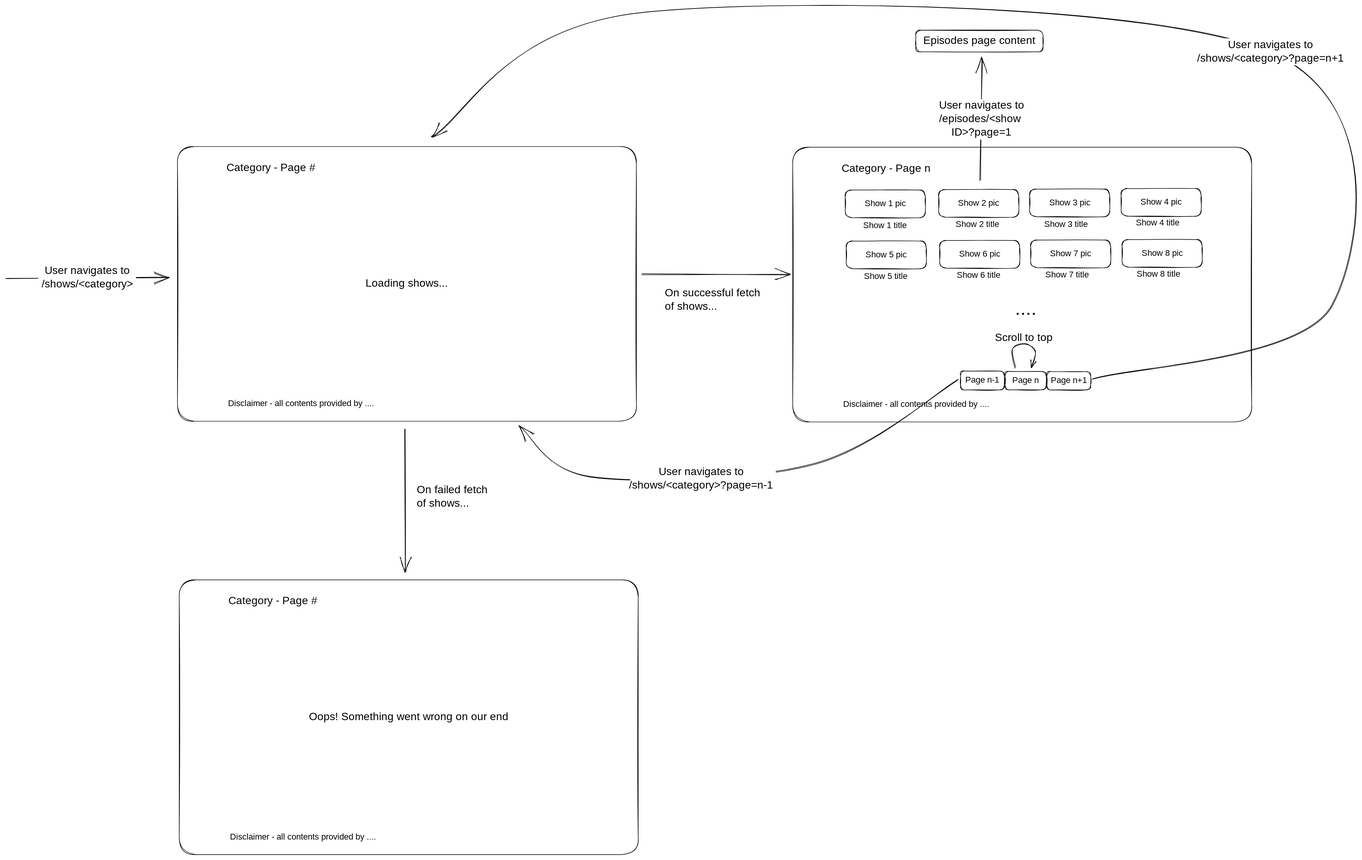
Earlier version of the Excalidraw export docs/designs/category-screen-mockup.excalidraw.svg (cangkevin/SEAshows-v2). Source tidied: one line per element, renumbered; positions are measured from the earlier drawing's top-left corner, leaving out a move shared by most shapes.
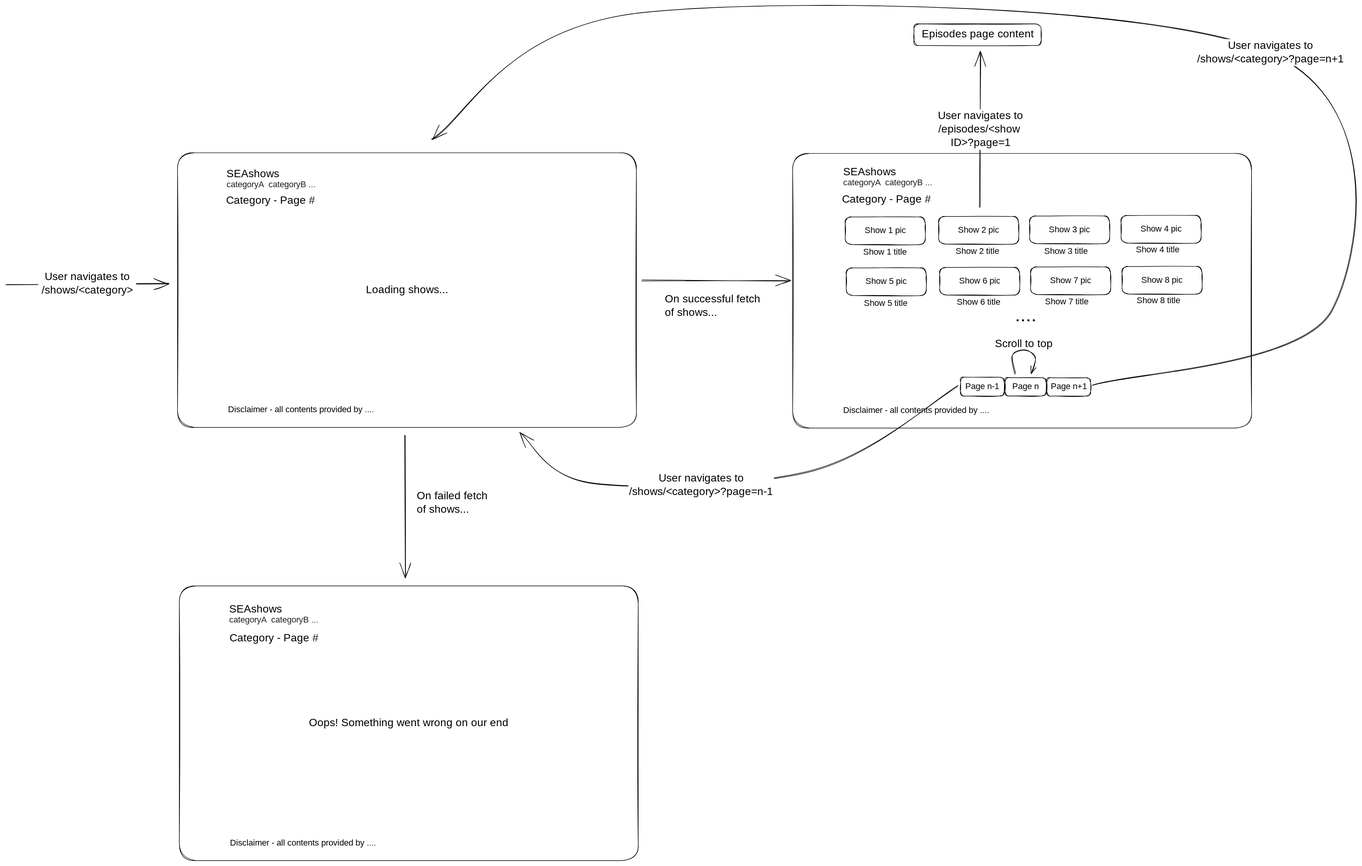
The same file after the commit.

Change to the diagram source:
```diff
@@ -1,5 +1,4 @@
 {"id": 0, "type": "rectangle", "strokeColor": "#000000", "strokeWidth": 1, "roughness": 1, "round": true, "x": 1459, "y": 249, "width": 851, "height": 509}
-{"id": 1, "type": "text", "text": "Category - Page n", "strokeColor": "#000000", "strokeWidth": 1, "roughness": 1, "fontSize": 20, "fontFamily": 1, "x": 1550, "y": 277, "width": 183, "height": 25}
 {"id": 2, "type": "text", "text": "Disclaimer - all contents provided by ....", "strokeColor": "#000000", "strokeWidth": 1, "roughness": 1, "fontSize": 16, "fontFamily": 1, "x": 1553, "y": 716, "width": 314, "height": 20}
 {"id": 3, "type": "rectangle", "strokeColor": "#000000", "strokeWidth": 1, "roughness": 1, "round": true, "x": 1931, "y": 665, "width": 81, "height": 34}
 {"id": 4, "type": "text", "text": "Page n+1", "strokeColor": "#000000", "strokeWidth": 1, "roughness": 1, "fontSize": 16, "fontFamily": 1, "textAlign": "center", "verticalAlign": "middle", "inside": 3, "x": 1937, "y": 672, "width": 68, "height": 20}
@@ -7,52 +6,59 @@
 {"id": 6, "type": "text", "text": "Page n-1", "strokeColor": "#000000", "strokeWidth": 1, "roughness": 1, "fontSize": 16, "fontFamily": 1, "textAlign": "center", "verticalAlign": "middle", "inside": 5, "x": 1779, "y": 672, "width": 64, "height": 20}
 {"id": 7, "type": "rectangle", "strokeColor": "#000000", "strokeWidth": 1, "roughness": 1, "round": true, "x": 1853, "y": 665, "width": 76, "height": 34}
 {"id": 8, "type": "text", "text": "Page n", "strokeColor": "#000000", "strokeWidth": 1, "roughness": 1, "fontSize": 16, "fontFamily": 1, "textAlign": "center", "verticalAlign": "middle", "inside": 7, "x": 1865, "y": 672, "width": 53, "height": 20}
-{"id": 9, "type": "rectangle", "strokeColor": "#000000", "strokeWidth": 1, "roughness": 1, "round": true, "x": 1557, "y": 329, "width": 149, "height": 51}
+{"id": 9, "type": "rectangle", "strokeColor": "#000000", "strokeWidth": 1, "roughness": 1, "round": true, "x": 1557, "y": 367, "width": 149, "height": 51}
-{"id": 10, "type": "text", "text": "Show 1 pic", "strokeColor": "#000000", "strokeWidth": 1, "roughness": 1, "fontSize": 16, "fontFamily": 1, "textAlign": "center", "verticalAlign": "middle", "inside": 9, "x": 1593, "y": 344, "width": 76, "height": 20}
+{"id": 10, "type": "text", "text": "Show 1 pic", "strokeColor": "#000000", "strokeWidth": 1, "roughness": 1, "fontSize": 16, "fontFamily": 1, "textAlign": "center", "verticalAlign": "middle", "inside": 9, "x": 1593, "y": 383, "width": 76, "height": 20}
-{"id": 11, "type": "rectangle", "strokeColor": "#000000", "strokeWidth": 1, "roughness": 1, "round": true, "x": 1730, "y": 328, "width": 149, "height": 51}
+{"id": 11, "type": "rectangle", "strokeColor": "#000000", "strokeWidth": 1, "roughness": 1, "round": true, "x": 1730, "y": 366, "width": 149, "height": 51}
-{"id": 12, "type": "text", "text": "Show 2 pic", "strokeColor": "#000000", "strokeWidth": 1, "roughness": 1, "fontSize": 16, "fontFamily": 1, "textAlign": "center", "verticalAlign": "middle", "inside": 11, "x": 1763, "y": 343, "width": 83, "height": 20}
+{"id": 12, "type": "text", "text": "Show 2 pic", "strokeColor": "#000000", "strokeWidth": 1, "roughness": 1, "fontSize": 16, "fontFamily": 1, "textAlign": "center", "verticalAlign": "middle", "inside": 11, "x": 1763, "y": 382, "width": 83, "height": 20}
-{"id": 13, "type": "rectangle", "strokeColor": "#000000", "strokeWidth": 1, "roughness": 1, "round": true, "x": 1899, "y": 327, "width": 149, "height": 51}
+{"id": 13, "type": "rectangle", "strokeColor": "#000000", "strokeWidth": 1, "roughness": 1, "round": true, "x": 1899, "y": 365, "width": 149, "height": 51}
-{"id": 14, "type": "text", "text": "Show 3 pic", "strokeColor": "#000000", "strokeWidth": 1, "roughness": 1, "fontSize": 16, "fontFamily": 1, "textAlign": "center", "verticalAlign": "middle", "inside": 13, "x": 1932, "y": 343, "width": 83, "height": 20}
+{"id": 14, "type": "text", "text": "Show 3 pic", "strokeColor": "#000000", "strokeWidth": 1, "roughness": 1, "fontSize": 16, "fontFamily": 1, "textAlign": "center", "verticalAlign": "middle", "inside": 13, "x": 1932, "y": 381, "width": 83, "height": 20}
-{"id": 15, "type": "rectangle", "strokeColor": "#000000", "strokeWidth": 1, "roughness": 1, "round": true, "x": 2068, "y": 326, "width": 149, "height": 51}
+{"id": 15, "type": "rectangle", "strokeColor": "#000000", "strokeWidth": 1, "roughness": 1, "round": true, "x": 2068, "y": 364, "width": 149, "height": 51}
-{"id": 16, "type": "text", "text": "Show 4 pic", "strokeColor": "#000000", "strokeWidth": 1, "roughness": 1, "fontSize": 16, "fontFamily": 1, "textAlign": "center", "verticalAlign": "middle", "inside": 15, "x": 2102, "y": 342, "width": 82, "height": 20}
+{"id": 16, "type": "text", "text": "Show 4 pic", "strokeColor": "#000000", "strokeWidth": 1, "roughness": 1, "fontSize": 16, "fontFamily": 1, "textAlign": "center", "verticalAlign": "middle", "inside": 15, "x": 2102, "y": 380, "width": 82, "height": 20}
-{"id": 17, "type": "text", "text": "Show 1 title", "strokeColor": "#000000", "strokeWidth": 1, "roughness": 1, "fontSize": 16, "fontFamily": 1, "x": 1590, "y": 385, "width": 91, "height": 20}
+{"id": 17, "type": "text", "text": "Show 1 title", "strokeColor": "#000000", "strokeWidth": 1, "roughness": 1, "fontSize": 16, "fontFamily": 1, "x": 1590, "y": 423, "width": 91, "height": 20}
-{"id": 18, "type": "text", "text": "Show 2 title", "strokeColor": "#000000", "strokeWidth": 1, "roughness": 1, "fontSize": 16, "fontFamily": 1, "x": 1762, "y": 383, "width": 98, "height": 20}
+{"id": 18, "type": "text", "text": "Show 2 title", "strokeColor": "#000000", "strokeWidth": 1, "roughness": 1, "fontSize": 16, "fontFamily": 1, "x": 1762, "y": 421, "width": 98, "height": 20}
-{"id": 19, "type": "text", "text": "Show 3 title", "strokeColor": "#000000", "strokeWidth": 1, "roughness": 1, "fontSize": 16, "fontFamily": 1, "x": 1926, "y": 383, "width": 98, "height": 20}
+{"id": 19, "type": "text", "text": "Show 3 title", "strokeColor": "#000000", "strokeWidth": 1, "roughness": 1, "fontSize": 16, "fontFamily": 1, "x": 1926, "y": 421, "width": 98, "height": 20}
-{"id": 20, "type": "text", "text": "Show 4 title", "strokeColor": "#000000", "strokeWidth": 1, "roughness": 1, "fontSize": 16, "fontFamily": 1, "x": 2096, "y": 380, "width": 97, "height": 20}
+{"id": 20, "type": "text", "text": "Show 4 title", "strokeColor": "#000000", "strokeWidth": 1, "roughness": 1, "fontSize": 16, "fontFamily": 1, "x": 2096, "y": 418, "width": 97, "height": 20}
-{"id": 21, "type": "rectangle", "strokeColor": "#000000", "strokeWidth": 1, "roughness": 1, "round": true, "x": 1559, "y": 423, "width": 149, "height": 51}
+{"id": 21, "type": "rectangle", "strokeColor": "#000000", "strokeWidth": 1, "roughness": 1, "round": true, "x": 1559, "y": 462, "width": 149, "height": 51}
-{"id": 22, "type": "text", "text": "Show 5 pic", "strokeColor": "#000000", "strokeWidth": 1, "roughness": 1, "fontSize": 16, "fontFamily": 1, "textAlign": "center", "verticalAlign": "middle", "inside": 21, "x": 1592, "y": 439, "width": 82, "height": 20}
+{"id": 22, "type": "text", "text": "Show 5 pic", "strokeColor": "#000000", "strokeWidth": 1, "roughness": 1, "fontSize": 16, "fontFamily": 1, "textAlign": "center", "verticalAlign": "middle", "inside": 21, "x": 1592, "y": 477, "width": 82, "height": 20}
-{"id": 23, "type": "rectangle", "strokeColor": "#000000", "strokeWidth": 1, "roughness": 1, "round": true, "x": 1732, "y": 422, "width": 149, "height": 51}
+{"id": 23, "type": "rectangle", "strokeColor": "#000000", "strokeWidth": 1, "roughness": 1, "round": true, "x": 1732, "y": 461, "width": 149, "height": 51}
-{"id": 24, "type": "text", "text": "Show 6 pic", "strokeColor": "#000000", "strokeWidth": 1, "roughness": 1, "fontSize": 16, "fontFamily": 1, "textAlign": "center", "verticalAlign": "middle", "inside": 23, "x": 1765, "y": 438, "width": 82, "height": 20}
+{"id": 24, "type": "text", "text": "Show 6 pic", "strokeColor": "#000000", "strokeWidth": 1, "roughness": 1, "fontSize": 16, "fontFamily": 1, "textAlign": "center", "verticalAlign": "middle", "inside": 23, "x": 1765, "y": 476, "width": 82, "height": 20}
-{"id": 25, "type": "rectangle", "strokeColor": "#000000", "strokeWidth": 1, "roughness": 1, "round": true, "x": 1901, "y": 421, "width": 149, "height": 51}
+{"id": 25, "type": "rectangle", "strokeColor": "#000000", "strokeWidth": 1, "roughness": 1, "round": true, "x": 1901, "y": 460, "width": 149, "height": 51}
-{"id": 26, "type": "text", "text": "Show 7 pic", "strokeColor": "#000000", "strokeWidth": 1, "roughness": 1, "fontSize": 16, "fontFamily": 1, "textAlign": "center", "verticalAlign": "middle", "inside": 25, "x": 1935, "y": 437, "width": 80, "height": 20}
+{"id": 26, "type": "text", "text": "Show 7 pic", "strokeColor": "#000000", "strokeWidth": 1, "roughness": 1, "fontSize": 16, "fontFamily": 1, "textAlign": "center", "verticalAlign": "middle", "inside": 25, "x": 1935, "y": 475, "width": 80, "height": 20}
-{"id": 27, "type": "rectangle", "strokeColor": "#000000", "strokeWidth": 1, "roughness": 1, "round": true, "x": 2070, "y": 420, "width": 149, "height": 51}
+{"id": 27, "type": "rectangle", "strokeColor": "#000000", "strokeWidth": 1, "roughness": 1, "round": true, "x": 2070, "y": 459, "width": 149, "height": 51}
-{"id": 28, "type": "text", "text": "Show 8 pic", "strokeColor": "#000000", "strokeWidth": 1, "roughness": 1, "fontSize": 16, "fontFamily": 1, "textAlign": "center", "verticalAlign": "middle", "inside": 27, "x": 2103, "y": 436, "width": 84, "height": 20}
+{"id": 28, "type": "text", "text": "Show 8 pic", "strokeColor": "#000000", "strokeWidth": 1, "roughness": 1, "fontSize": 16, "fontFamily": 1, "textAlign": "center", "verticalAlign": "middle", "inside": 27, "x": 2103, "y": 474, "width": 84, "height": 20}
-{"id": 29, "type": "text", "text": "Show 5 title", "strokeColor": "#000000", "strokeWidth": 1, "roughness": 1, "fontSize": 16, "fontFamily": 1, "x": 1592, "y": 479, "width": 97, "height": 20}
+{"id": 29, "type": "text", "text": "Show 5 title", "strokeColor": "#000000", "strokeWidth": 1, "roughness": 1, "fontSize": 16, "fontFamily": 1, "x": 1592, "y": 517, "width": 97, "height": 20}
-{"id": 30, "type": "text", "text": "Show 6 title", "strokeColor": "#000000", "strokeWidth": 1, "roughness": 1, "fontSize": 16, "fontFamily": 1, "x": 1763, "y": 477, "width": 97, "height": 20}
+{"id": 30, "type": "text", "text": "Show 6 title", "strokeColor": "#000000", "strokeWidth": 1, "roughness": 1, "fontSize": 16, "fontFamily": 1, "x": 1763, "y": 516, "width": 97, "height": 20}
-{"id": 31, "type": "text", "text": "Show 7 title", "strokeColor": "#000000", "strokeWidth": 1, "roughness": 1, "fontSize": 16, "fontFamily": 1, "x": 1928, "y": 477, "width": 95, "height": 20}
+{"id": 31, "type": "text", "text": "Show 7 title", "strokeColor": "#000000", "strokeWidth": 1, "roughness": 1, "fontSize": 16, "fontFamily": 1, "x": 1928, "y": 515, "width": 95, "height": 20}
-{"id": 32, "type": "text", "text": "Show 8 title", "strokeColor": "#000000", "strokeWidth": 1, "roughness": 1, "fontSize": 16, "fontFamily": 1, "x": 2098, "y": 475, "width": 99, "height": 20}
+{"id": 32, "type": "text", "text": "Show 8 title", "strokeColor": "#000000", "strokeWidth": 1, "roughness": 1, "fontSize": 16, "fontFamily": 1, "x": 2098, "y": 513, "width": 99, "height": 20}
 {"id": 33, "type": "text", "text": "....", "strokeColor": "#000000", "strokeWidth": 1, "roughness": 1, "fontSize": 36, "fontFamily": 1, "x": 1871, "y": 527, "width": 39, "height": 45}
 {"id": 34, "type": "rectangle", "strokeColor": "#000000", "strokeWidth": 1, "roughness": 1, "round": true, "x": 318, "y": 248, "width": 851, "height": 509}
 {"id": 35, "type": "text", "text": "Loading shows...", "strokeColor": "#000000", "strokeWidth": 1, "roughness": 1, "fontSize": 20, "fontFamily": 1, "textAlign": "center", "verticalAlign": "middle", "inside": 34, "x": 668, "y": 490, "width": 153, "height": 25}
-{"id": 36, "type": "text", "text": "Category - Page #", "strokeColor": "#000000", "strokeWidth": 1, "roughness": 1, "fontSize": 20, "fontFamily": 1, "x": 409, "y": 276, "width": 189, "height": 25}
 {"id": 37, "type": "text", "text": "Disclaimer - all contents provided by ....", "strokeColor": "#000000", "strokeWidth": 1, "roughness": 1, "fontSize": 16, "fontFamily": 1, "x": 412, "y": 715, "width": 314, "height": 20}
 {"id": 38, "type": "arrow", "strokeColor": "#000000", "strokeWidth": 1, "roughness": 1, "endArrowhead": "arrow", "round": true, "from": 34, "to": 0, "x": 1179, "y": 485, "width": 275, "height": 1, "points": [[0, 0], [275, 1]]}
 {"id": 39, "type": "text", "text": "On successful fetch\nof shows...", "strokeColor": "#000000", "strokeWidth": 1, "roughness": 1, "fontSize": 20, "fontFamily": 1, "x": 1222, "y": 508, "width": 197, "height": 50}
 {"id": 40, "type": "rectangle", "strokeColor": "#000000", "strokeWidth": 1, "roughness": 1, "round": true, "x": 322, "y": 1051, "width": 851, "height": 509}
 {"id": 41, "type": "text", "text": "Oops! Something went wrong on our end", "strokeColor": "#000000", "strokeWidth": 1, "roughness": 1, "fontSize": 20, "fontFamily": 1, "textAlign": "center", "verticalAlign": "middle", "inside": 40, "x": 556, "y": 1294, "width": 382, "height": 25}
-{"id": 42, "type": "text", "text": "Category - Page #", "strokeColor": "#000000", "strokeWidth": 1, "roughness": 1, "fontSize": 20, "fontFamily": 1, "x": 413, "y": 1079, "width": 189, "height": 25}
 {"id": 43, "type": "text", "text": "Disclaimer - all contents provided by ....", "strokeColor": "#000000", "strokeWidth": 1, "roughness": 1, "fontSize": 16, "fontFamily": 1, "x": 416, "y": 1518, "width": 314, "height": 20}
 {"id": 44, "type": "arrow", "strokeColor": "#000000", "strokeWidth": 1, "roughness": 1, "endArrowhead": "arrow", "round": true, "from": 34, "to": 40, "x": 741, "y": 771, "width": 0, "height": 265, "points": [[0, 0], [0, 265]]}
 {"id": 45, "type": "text", "text": "On failed fetch\nof shows...", "strokeColor": "#000000", "strokeWidth": 1, "roughness": 1, "fontSize": 20, "fontFamily": 1, "x": 762, "y": 873, "width": 151, "height": 50}
 {"id": 46, "type": "arrow", "strokeColor": "#000000", "strokeWidth": 1, "roughness": 1, "endArrowhead": "arrow", "round": true, "to": 34, "x": 0, "y": 492, "width": 302, "height": 2, "points": [[0, 0], [302, -2]]}
 {"id": 47, "type": "text", "text": "User navigates to\n/shows/<category>", "strokeColor": "#000000", "strokeWidth": 1, "roughness": 1, "fontSize": 20, "fontFamily": 1, "textAlign": "center", "verticalAlign": "middle", "inside": 46, "x": 60, "y": 466, "width": 181, "height": 50}
-{"id": 48, "type": "arrow", "strokeColor": "#000000", "strokeWidth": 1, "roughness": 1, "endArrowhead": "arrow", "round": true, "from": 3, "to": 34, "x": 2015, "y": 680, "width": 1670, "height": 680, "points": [[0, 0], [445, -137], [330, -607], [-832, -680], [-1225, -450]]}
+{"id": 48, "type": "arrow", "strokeColor": "#000000", "strokeWidth": 1, "roughness": 1, "endArrowhead": "arrow", "round": true, "from": 3, "to": 34, "x": 2015, "y": 680, "width": 1670, "height": 691, "points": [[0, 0], [445, -140], [330, -618], [-832, -691], [-1225, -458]]}
 {"id": 49, "type": "text", "text": "User navigates to\n/shows/<category>?page=n+1", "strokeColor": "#000000", "strokeWidth": 1, "roughness": 1, "fontSize": 20, "fontFamily": 1, "textAlign": "center", "verticalAlign": "middle", "inside": 48, "x": 2208, "y": 48, "width": 274, "height": 50}
 {"id": 50, "type": "arrow", "strokeColor": "#000000", "strokeWidth": 1, "roughness": 1, "endArrowhead": "arrow", "round": true, "from": 5, "to": 34, "x": 1765, "y": 680, "width": 812, "height": 180, "points": [[0, 0], [-267, 158], [-677, 180], [-812, 88]]}
 {"id": 51, "type": "text", "text": "User navigates to\n/shows/<category>?page=n-1", "strokeColor": "#000000", "strokeWidth": 1, "roughness": 1, "fontSize": 20, "fontFamily": 1, "textAlign": "center", "verticalAlign": "middle", "inside": 50, "x": 1155, "y": 840, "width": 270, "height": 50}
 {"id": 52, "type": "arrow", "strokeColor": "#000000", "strokeWidth": 1, "roughness": 1, "endArrowhead": "arrow", "round": true, "from": 7, "to": 7, "x": 1873, "y": 658, "width": 42, "height": 45, "points": [[0, 0], [-6, -35], [18, -45], [36, -30], [30, -1]]}
 {"id": 53, "type": "text", "text": "Scroll to top", "strokeColor": "#000000", "strokeWidth": 1, "roughness": 1, "fontSize": 20, "fontFamily": 1, "x": 1834, "y": 591, "width": 127, "height": 25}
-{"id": 54, "type": "arrow", "strokeColor": "#000000", "strokeWidth": 1, "roughness": 1, "endArrowhead": "arrow", "round": true, "from": 11, "to": 56, "x": 1807, "y": 312, "width": 5, "height": 228, "points": [[0, 0], [5, -228]]}
+{"id": 54, "type": "arrow", "strokeColor": "#000000", "strokeWidth": 1, "roughness": 1, "endArrowhead": "arrow", "round": true, "from": 11, "to": 56, "x": 1807, "y": 350, "width": 3, "height": 290, "points": [[0, 0], [3, -290]]}
 {"id": 55, "type": "text", "text": "User navigates to\n/episodes/<show \nID>?page=1", "strokeColor": "#000000", "strokeWidth": 1, "roughness": 1, "fontSize": 20, "fontFamily": 1, "textAlign": "center", "verticalAlign": "middle", "inside": 54, "x": 1791, "y": 274, "width": 181, "height": 75}
-{"id": 56, "type": "rectangle", "strokeColor": "#000000", "strokeWidth": 1, "roughness": 1, "round": true, "x": 1688, "y": 32, "width": 236, "height": 40}
+{"id": 56, "type": "rectangle", "strokeColor": "#000000", "strokeWidth": 1, "roughness": 1, "round": true, "x": 1684, "y": 9, "width": 236, "height": 40}
-{"id": 57, "type": "text", "text": "Episodes page content", "strokeColor": "#000000", "strokeWidth": 1, "roughness": 1, "fontSize": 20, "fontFamily": 1, "textAlign": "center", "verticalAlign": "middle", "inside": 56, "x": 1696, "y": 40, "width": 220, "height": 25}
+{"id": 57, "type": "text", "text": "Episodes page content", "strokeColor": "#000000", "strokeWidth": 1, "roughness": 1, "fontSize": 20, "fontFamily": 1, "textAlign": "center", "verticalAlign": "middle", "inside": 56, "x": 1692, "y": 16, "width": 220, "height": 25}
+{"id": 58, "type": "text", "text": "Category - Page #", "strokeColor": "#000000", "strokeWidth": 1, "roughness": 1, "fontSize": 20, "fontFamily": 1, "x": 409, "y": 325, "width": 189, "height": 25}
+{"id": 59, "type": "text", "text": "Category - Page #", "strokeColor": "#000000", "strokeWidth": 1, "roughness": 1, "fontSize": 20, "fontFamily": 1, "x": 1551, "y": 323, "width": 189, "height": 25}
+{"id": 60, "type": "text", "text": "Category - Page #", "strokeColor": "#000000", "strokeWidth": 1, "roughness": 1, "fontSize": 20, "fontFamily": 1, "x": 415, "y": 1137, "width": 189, "height": 25}
+{"id": 36, "type": "text", "text": "SEAshows", "strokeColor": "#000000", "strokeWidth": 1, "roughness": 1, "fontSize": 20, "fontFamily": 1, "x": 409, "y": 276, "width": 94, "height": 25}
+{"id": 61, "type": "text", "text": "categoryA  categoryB ...", "strokeColor": "#1e1e1e", "strokeWidth": 2, "roughness": 1, "fontSize": 16, "fontFamily": 1, "x": 409, "y": 297, "width": 195, "height": 20}
+{"id": 62, "type": "text", "text": "SEAshows", "strokeColor": "#000000", "strokeWidth": 1, "roughness": 1, "fontSize": 20, "fontFamily": 1, "x": 414, "y": 1083, "width": 94, "height": 25}
+{"id": 63, "type": "text", "text": "categoryA  categoryB ...", "strokeColor": "#1e1e1e", "strokeWidth": 2, "roughness": 1, "fontSize": 16, "fontFamily": 1, "x": 414, "y": 1105, "width": 195, "height": 20}
+{"id": 64, "type": "text", "text": "SEAshows", "strokeColor": "#000000", "strokeWidth": 1, "roughness": 1, "fontSize": 20, "fontFamily": 1, "x": 1553, "y": 272, "width": 94, "height": 25}
+{"id": 65, "type": "text", "text": "categoryA  categoryB ...", "strokeColor": "#1e1e1e", "strokeWidth": 2, "roughness": 1, "fontSize": 16, "fontFamily": 1, "x": 1553, "y": 294, "width": 195, "height": 20}
```
